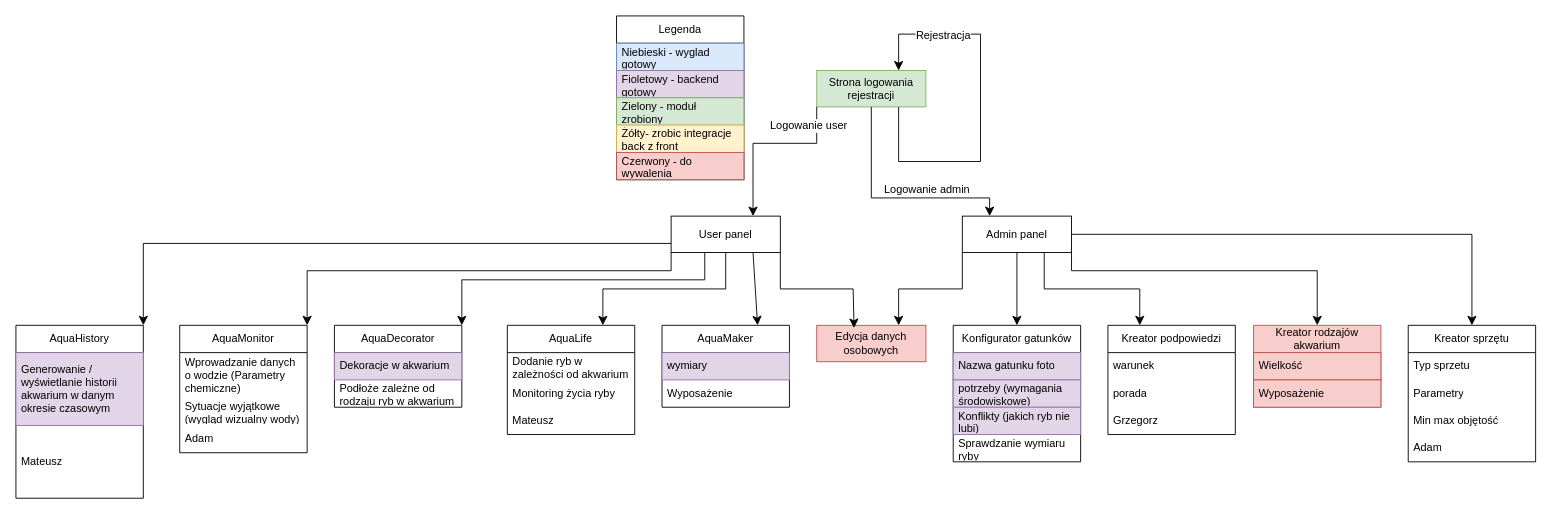
Above: Dokumentacja/front flow.drawio in MrGrzesiek/AquaFriends (draw.io), before the change. Source tidied: cells renumbered, new cells numbered last; positions are measured from the earlier drawing's top-left corner, leaving out a move shared by most shapes. Both pictures are drawn from the tidied source at 91%, with x=0, y=0 at pixel (15, 15).
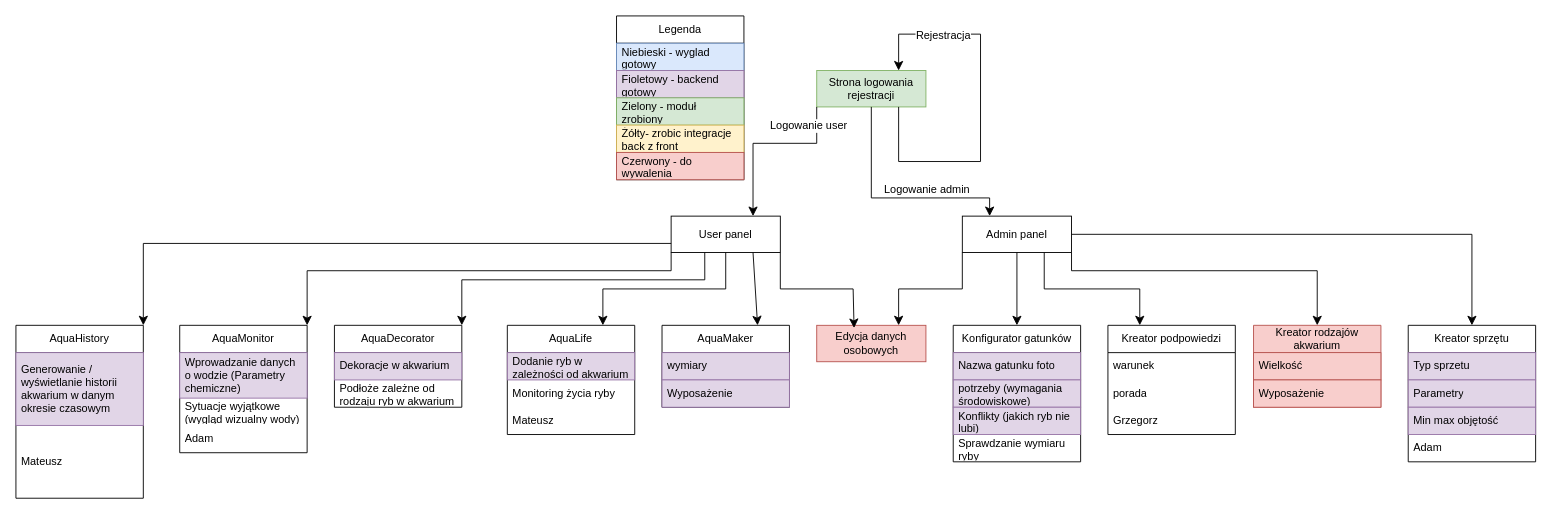
The same page after the edit.

The change refers to these unchanged cells:
```xml
<mxCell id="29" value="AquaMaker" style="swimlane;fontStyle=0;horizontal=1;startSize=30;whiteSpace=wrap;html=1;" parent="1" vertex="1">
  <mxGeometry x="710" y="340" width="140" height="90" as="geometry" />
</mxCell>
<mxCell id="33" value="AquaLife" style="swimlane;fontStyle=0;horizontal=1;startSize=30;whiteSpace=wrap;html=1;" parent="1" vertex="1">
  <mxGeometry x="540" y="340" width="140" height="120" as="geometry" />
</mxCell>
<mxCell id="42" value="AquaMonitor" style="swimlane;fontStyle=0;horizontal=1;startSize=30;whiteSpace=wrap;html=1;" parent="1" vertex="1">
  <mxGeometry x="180" y="340" width="140" height="140" as="geometry" />
</mxCell>
<mxCell id="57" value="Kreator sprzętu" style="swimlane;fontStyle=0;horizontal=1;startSize=30;whiteSpace=wrap;html=1;" parent="1" vertex="1">
  <mxGeometry x="1530" y="340" width="140" height="150" as="geometry" />
</mxCell>
```

Diff of the diagram source:
```diff
@@
-    <mxCell id="31" value="Wyposażenie" style="text;strokeColor=none;fillColor=none;align=left;verticalAlign=middle;spacingLeft=4;spacingRight=4;overflow=hidden;whiteSpace=wrap;html=1;" parent="29" vertex="1">
+    <mxCell id="31" value="Wyposażenie" style="text;strokeColor=#9673a6;fillColor=#e1d5e7;align=left;verticalAlign=middle;spacingLeft=4;spacingRight=4;overflow=hidden;whiteSpace=wrap;html=1;" parent="29" vertex="1">
       <mxGeometry y="60" width="140" height="30" as="geometry" />
     </mxCell>
@@
-    <mxCell id="34" value="Dodanie ryb w zależności od akwarium" style="text;strokeColor=none;fillColor=none;align=left;verticalAlign=middle;spacingLeft=4;spacingRight=4;overflow=hidden;whiteSpace=wrap;html=1;" parent="33" vertex="1">
+    <mxCell id="34" value="Dodanie ryb w zależności od akwarium" style="text;strokeColor=#9673a6;fillColor=#e1d5e7;align=left;verticalAlign=middle;spacingLeft=4;spacingRight=4;overflow=hidden;whiteSpace=wrap;html=1;" parent="33" vertex="1">
       <mxGeometry y="30" width="140" height="30" as="geometry" />
     </mxCell>
@@
-    <mxCell id="43" value="Wprowadzanie danych o wodzie (Parametry chemiczne)" style="text;strokeColor=none;fillColor=none;align=left;verticalAlign=middle;spacingLeft=4;spacingRight=4;overflow=hidden;whiteSpace=wrap;html=1;" parent="42" vertex="1">
+    <mxCell id="43" value="Wprowadzanie danych o wodzie (Parametry chemiczne)" style="text;strokeColor=#9673a6;fillColor=#e1d5e7;align=left;verticalAlign=middle;spacingLeft=4;spacingRight=4;overflow=hidden;whiteSpace=wrap;html=1;" parent="42" vertex="1">
       <mxGeometry y="30" width="140" height="50" as="geometry" />
     </mxCell>
@@
-    <mxCell id="58" value="Typ sprzetu" style="text;strokeColor=none;fillColor=none;align=left;verticalAlign=middle;spacingLeft=4;spacingRight=4;overflow=hidden;whiteSpace=wrap;html=1;" parent="57" vertex="1">
+    <mxCell id="58" value="Typ sprzetu" style="text;strokeColor=#9673a6;fillColor=#e1d5e7;align=left;verticalAlign=middle;spacingLeft=4;spacingRight=4;overflow=hidden;whiteSpace=wrap;html=1;" parent="57" vertex="1">
       <mxGeometry y="30" width="140" height="30" as="geometry" />
     </mxCell>
-    <mxCell id="59" value="Parametry" style="text;strokeColor=none;fillColor=none;align=left;verticalAlign=middle;spacingLeft=4;spacingRight=4;overflow=hidden;whiteSpace=wrap;html=1;" parent="57" vertex="1">
+    <mxCell id="59" value="Parametry" style="text;strokeColor=#9673a6;fillColor=#e1d5e7;align=left;verticalAlign=middle;spacingLeft=4;spacingRight=4;overflow=hidden;whiteSpace=wrap;html=1;" parent="57" vertex="1">
       <mxGeometry y="60" width="140" height="30" as="geometry" />
     </mxCell>
-    <mxCell id="60" value="Min max objętość" style="text;strokeColor=none;fillColor=none;align=left;verticalAlign=middle;spacingLeft=4;spacingRight=4;overflow=hidden;whiteSpace=wrap;html=1;" parent="57" vertex="1">
+    <mxCell id="60" value="Min max objętość" style="text;strokeColor=#9673a6;fillColor=#e1d5e7;align=left;verticalAlign=middle;spacingLeft=4;spacingRight=4;overflow=hidden;whiteSpace=wrap;html=1;" parent="57" vertex="1">
       <mxGeometry y="90" width="140" height="30" as="geometry" />
     </mxCell>
```
